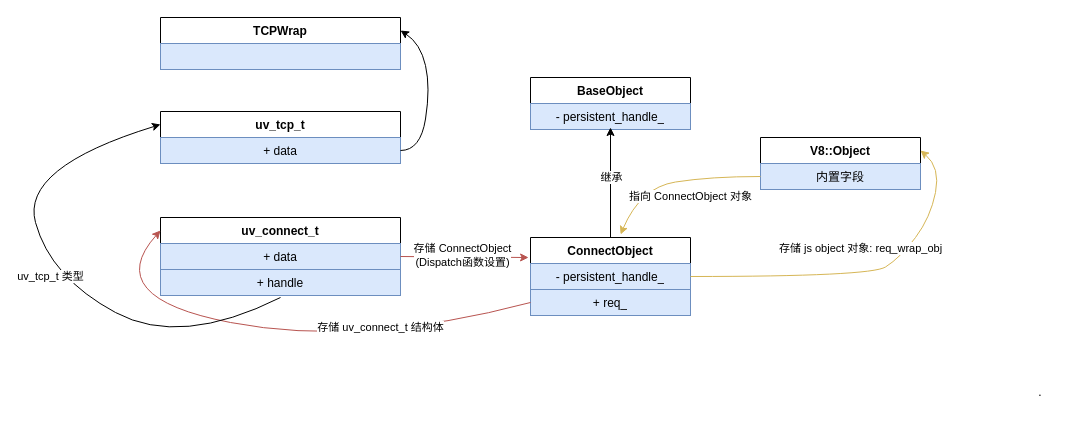
The draw.io diagram node源码/流程图/Node.js中JS、C++层、libuv的交互/ConnectWrap.drawio in sinkhaha/my-study-note, before the edit. Source tidied: cells renumbered, new cells numbered last; positions are measured from the earlier drawing's top-left corner, leaving out a move shared by most shapes. Both pictures are drawn from the tidied source at 100%, with x=0, y=0 at pixel (20, 17).
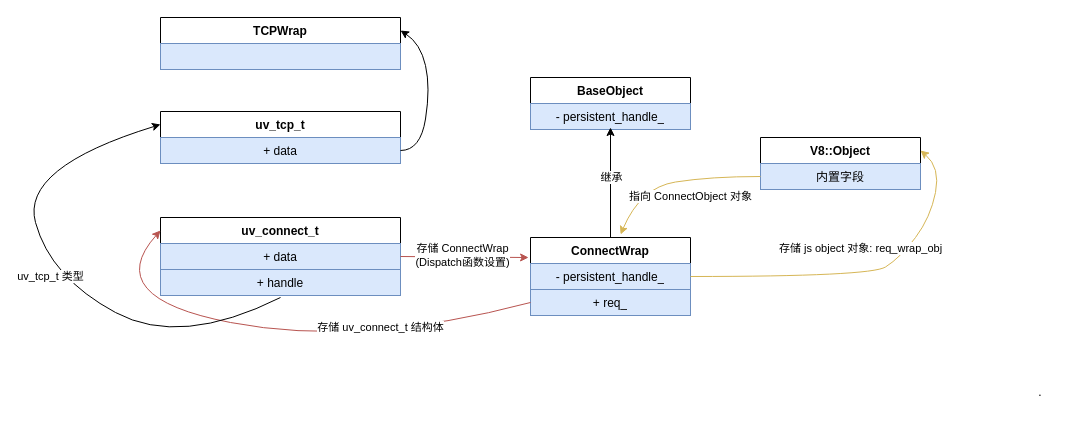
Above is the later version.

Unchanged cells that the change refers to:
```xml
<mxCell id="19" style="endArrow=classic;html=1;rounded=0;entryX=-0.012;entryY=0.385;entryDx=0;entryDy=0;exitX=1;exitY=0.75;exitDx=0;exitDy=0;entryPerimeter=0;fillColor=#f8cecc;strokeColor=#b85450;" parent="1" edge="1" source="16" target="2">
  <mxGeometry relative="1" as="geometry" />
</mxCell>
```

Change to the diagram source:
```diff
@@
-    <mxCell id="2" value="ConnectObject" style="swimlane;fontStyle=1;align=center;verticalAlign=top;horizontal=1;startSize=26;whiteSpace=wrap;html=1;" parent="1" vertex="1">
+    <mxCell id="2" value="ConnectWrap" style="swimlane;fontStyle=1;align=center;verticalAlign=top;horizontal=1;startSize=26;whiteSpace=wrap;html=1;" parent="1" vertex="1">
       <mxGeometry x="510" y="220" width="160" height="52" as="geometry" />
     </mxCell>
@@
-    <mxCell id="20" value="存储 ConnectObject&lt;br&gt;(Dispatch函数设置)" style="edgeLabel;html=1;align=center;verticalAlign=middle;" parent="19" vertex="1">
+    <mxCell id="20" value="存储 ConnectWrap&lt;br&gt;(Dispatch函数设置)" style="edgeLabel;html=1;align=center;verticalAlign=middle;" parent="19" vertex="1">
       <mxGeometry x="-0.05" y="2" relative="1" as="geometry" />
     </mxCell>
```
